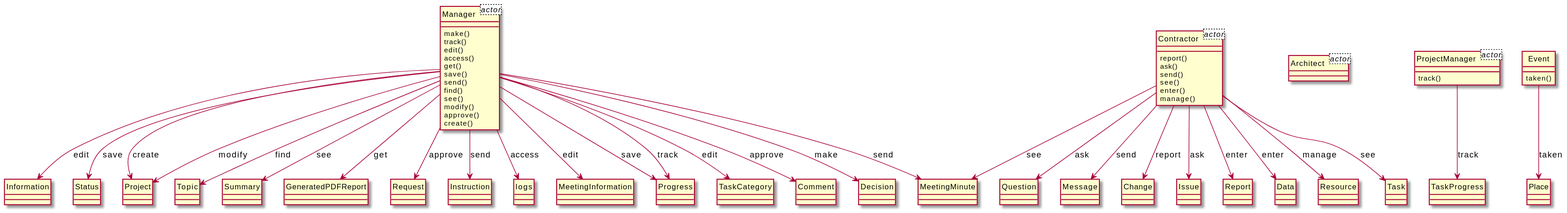
Earlier version of the PlantUML export output/diagram_5/2015-USC-Project06.svg (xixixhalu/DomainModelExtractor). Source of this version:
```plantuml
@startuml
hide circle
class Manager<actor> {
}
class Contractor<actor> {
}
class Architect<actor> {
}
class ProjectManager<actor> {
}
class Contractor {
	report()
	ask()
	send()
	see()
	enter()
	manage()
}
class Message {
}
class Change {
}
class Issue {
}
class Manager {
	make()
	track()
	edit()
	access()
	get()
	save()
	send()
	find()
	see()
	modify()
	approve()
	create()
}
class Instruction {
}
class Report {
}
class Data {
}
class MeetingMinute {
}
class logs {
}
class MeetingInformation {
}
class Progress {
}
class Resource {
}
class TaskCategory {
}
class Comment {
}
class Event {
	taken()
}
class Place {
}
class Decision {
}
class Information {
}
class Status {
}
class ProjectManager {
	track()
}
class TaskProgress {
}
class Task {
}
class Project {
}
class Topic {
}
class Summary {
}
class Question {
}
class GeneratedPDFReport {
}
class Request {
}
Contractor --> Issue : ask
Manager --> Request : approve
Manager --> Information : edit
Manager --> Progress : save
Manager --> Instruction : send
Manager --> Status : save
Manager --> TaskCategory : edit
Contractor --> Report : enter
ProjectManager --> TaskProgress : track
Contractor --> Data : enter
Contractor --> Task : see
Contractor --> MeetingMinute : see
Manager --> Project : create
Manager --> logs : access
Manager --> Progress : track
Manager --> MeetingInformation : edit
Manager --> Topic : find
Manager --> Comment : approve
Manager --> Summary : see
Manager --> MeetingMinute : send
Contractor --> Question : ask
Contractor --> Message : send
Event --> Place : taken
Contractor --> Resource : manage
Manager --> Project : modify
Contractor --> Change : report
Manager --> Decision : make
Manager --> GeneratedPDFReport : get
@enduml
```
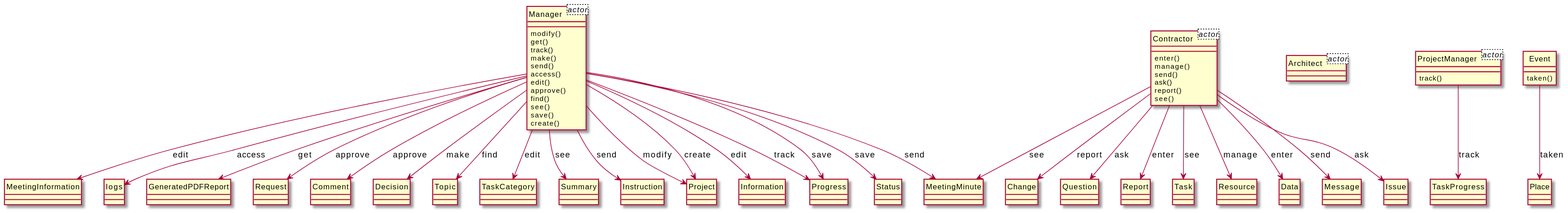
The same diagram one commit later.

What changed in the source:
```diff
@@ -9,109 +9,109 @@
 class ProjectManager<actor> {
 }
 class Contractor {
-	report()
-	ask()
-	send()
-	see()
 	enter()
 	manage()
-}
-class Message {
-}
-class Change {
-}
-class Issue {
-}
-class Manager {
-	make()
-	track()
-	edit()
-	access()
-	get()
-	save()
 	send()
-	find()
+	ask()
+	report()
 	see()
-	modify()
-	approve()
-	create()
-}
-class Instruction {
-}
-class Report {
-}
-class Data {
 }
 class MeetingMinute {
-}
-class logs {
-}
-class MeetingInformation {
-}
-class Progress {
-}
-class Resource {
-}
-class TaskCategory {
-}
-class Comment {
 }
 class Event {
 	taken()
 }
 class Place {
 }
-class Decision {
+class Manager {
+	modify()
+	get()
+	track()
+	make()
+	send()
+	access()
+	edit()
+	approve()
+	find()
+	see()
+	save()
+	create()
+}
+class Summary {
+}
+class Instruction {
+}
+class Project {
+}
+class Question {
 }
 class Information {
 }
+class Report {
+}
+class Progress {
+}
 class Status {
+}
+class Task {
+}
+class MeetingInformation {
+}
+class Resource {
+}
+class logs {
+}
+class Data {
+}
+class GeneratedPDFReport {
+}
+class Request {
+}
+class Comment {
+}
+class Decision {
+}
+class Topic {
 }
 class ProjectManager {
 	track()
 }
 class TaskProgress {
 }
-class Task {
+class Message {
 }
-class Project {
+class Issue {
 }
-class Topic {
+class TaskCategory {
 }
-class Summary {
+class Change {
 }
-class Question {
-}
-class GeneratedPDFReport {
-}
-class Request {
-}
-Contractor --> Issue : ask
+Contractor --> Change : report
+Manager --> GeneratedPDFReport : get
+Manager --> Summary : see
+Manager --> MeetingInformation : edit
 Manager --> Request : approve
+Manager --> Instruction : send
+Manager --> Comment : approve
+Manager --> Project : modify
+Manager --> Progress : track
+Contractor --> Question : ask
+Manager --> Decision : make
+Manager --> Status : save
 Manager --> Information : edit
-Manager --> Progress : save
-Manager --> Instruction : send
-Manager --> Status : save
-Manager --> TaskCategory : edit
+Manager --> Topic : find
+Contractor --> Task : see
 Contractor --> Report : enter
 ProjectManager --> TaskProgress : track
+Contractor --> Resource : manage
+Manager --> Progress : save
+Contractor --> Message : send
+Manager --> logs : access
+Contractor --> MeetingMinute : see
+Contractor --> Issue : ask
+Manager --> MeetingMinute : send
+Manager --> Project : create
+Manager --> TaskCategory : edit
+Event --> Place : taken
 Contractor --> Data : enter
-Contractor --> Task : see
-Contractor --> MeetingMinute : see
-Manager --> Project : create
-Manager --> logs : access
-Manager --> Progress : track
-Manager --> MeetingInformation : edit
-Manager --> Topic : find
-Manager --> Comment : approve
-Manager --> Summary : see
-Manager --> MeetingMinute : send
-Contractor --> Question : ask
-Contractor --> Message : send
-Event --> Place : taken
-Contractor --> Resource : manage
-Manager --> Project : modify
-Contractor --> Change : report
-Manager --> Decision : make
-Manager --> GeneratedPDFReport : get
 @enduml
```
